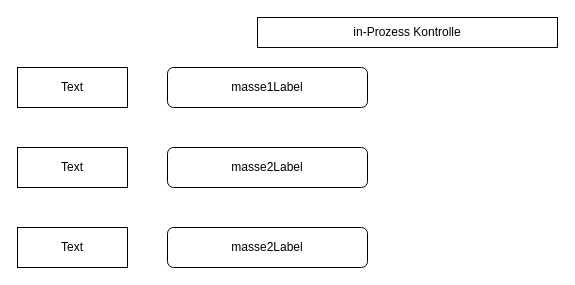
Earlier version of the draw.io diagram basics_GUI/out/production/basics_GUI/GUI_Volume.drawio (GarunWindtotem/learning_java). Source tidied: cells renumbered, new cells numbered last; positions are measured from the earlier drawing's top-left corner, leaving out a move shared by most shapes. Both pictures are drawn from the tidied source at 100%, with x=0, y=0 at pixel (17, 17).
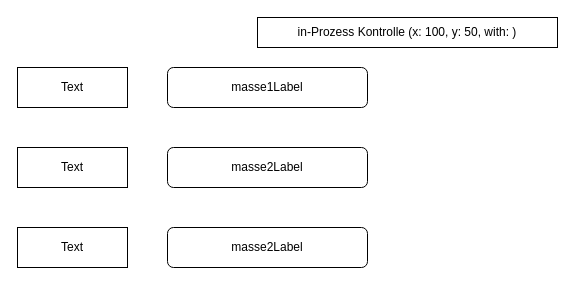
The same diagram, later.

The edit, as a diff of the source:
```diff
@@
 <mxGraphModel>
   <root>
     <mxCell id="0" />
     <mxCell id="1" parent="0" />
     <mxCell id="2" value="masse1Label" style="rounded=1;whiteSpace=wrap;html=1;" parent="1" vertex="1">
       <mxGeometry x="150" y="50" width="200" height="40" as="geometry" />
     </mxCell>
     <mxCell id="3" value="Text" style="text;html=1;strokeColor=#000000;fillColor=none;align=center;verticalAlign=middle;whiteSpace=wrap;rounded=0;shadow=0;" parent="1" vertex="1">
       <mxGeometry y="50" width="110" height="40" as="geometry" />
     </mxCell>
     <mxCell id="4" value="Text" style="text;html=1;strokeColor=#000000;fillColor=none;align=center;verticalAlign=middle;whiteSpace=wrap;rounded=0;shadow=0;" parent="1" vertex="1">
       <mxGeometry y="130" width="110" height="40" as="geometry" />
     </mxCell>
     <mxCell id="5" value="Text" style="text;html=1;strokeColor=#000000;fillColor=none;align=center;verticalAlign=middle;whiteSpace=wrap;rounded=0;shadow=0;" parent="1" vertex="1">
       <mxGeometry y="210" width="110" height="40" as="geometry" />
     </mxCell>
-    <mxCell id="6" value="in-Prozess Kontrolle" style="text;html=1;strokeColor=#000000;fillColor=none;align=center;verticalAlign=middle;whiteSpace=wrap;rounded=0;shadow=0;" parent="1" vertex="1">
+    <mxCell id="6" value="in-Prozess Kontrolle (x: 100, y: 50, with: )" style="text;html=1;strokeColor=#000000;fillColor=none;align=center;verticalAlign=middle;whiteSpace=wrap;rounded=0;shadow=0;" parent="1" vertex="1">
       <mxGeometry x="240" width="300" height="30" as="geometry" />
     </mxCell>
     <mxCell id="7" value="&lt;span style=&quot;&quot;&gt;masse2Label&lt;/span&gt;" style="rounded=1;whiteSpace=wrap;html=1;" parent="1" vertex="1">
       <mxGeometry x="150" y="130" width="200" height="40" as="geometry" />
     </mxCell>
     <mxCell id="8" value="&lt;span style=&quot;&quot;&gt;masse2Label&lt;/span&gt;" style="rounded=1;whiteSpace=wrap;html=1;" parent="1" vertex="1">
       <mxGeometry x="150" y="210" width="200" height="40" as="geometry" />
     </mxCell>
   </root>
 </mxGraphModel>
```
